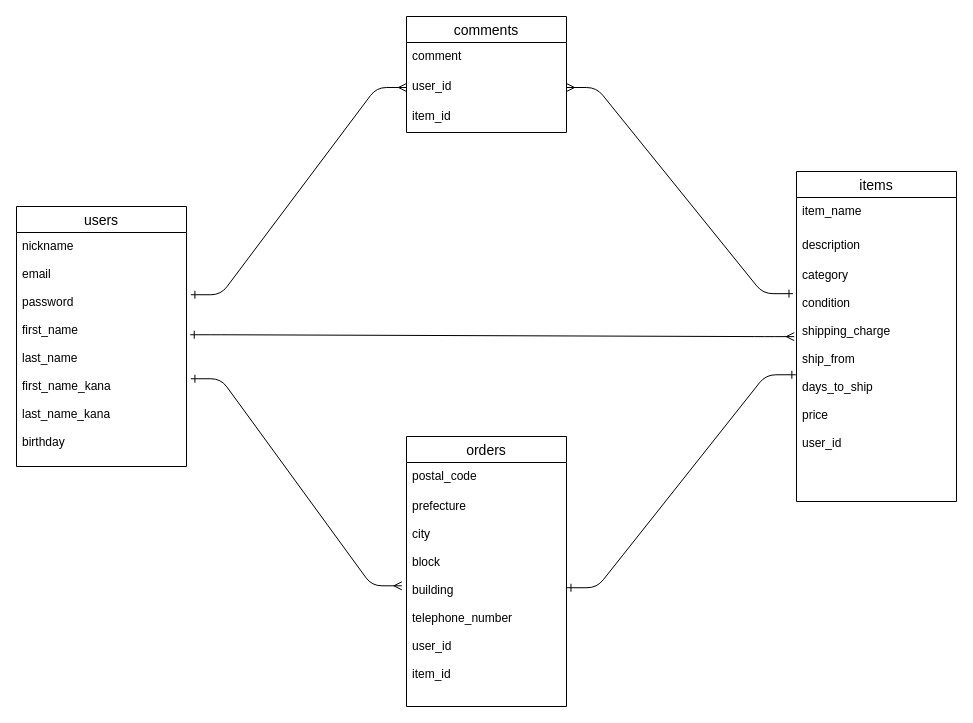
This is furima.dio from SUKIYAKI1028/furima-38869, a draw.io file, before an edit. Source tidied: cells renumbered, new cells numbered last; positions are measured from the earlier drawing's top-left corner, leaving out a move shared by most shapes. Both pictures are drawn from the tidied source at 100%, with x=0, y=0 at pixel (16, 16).
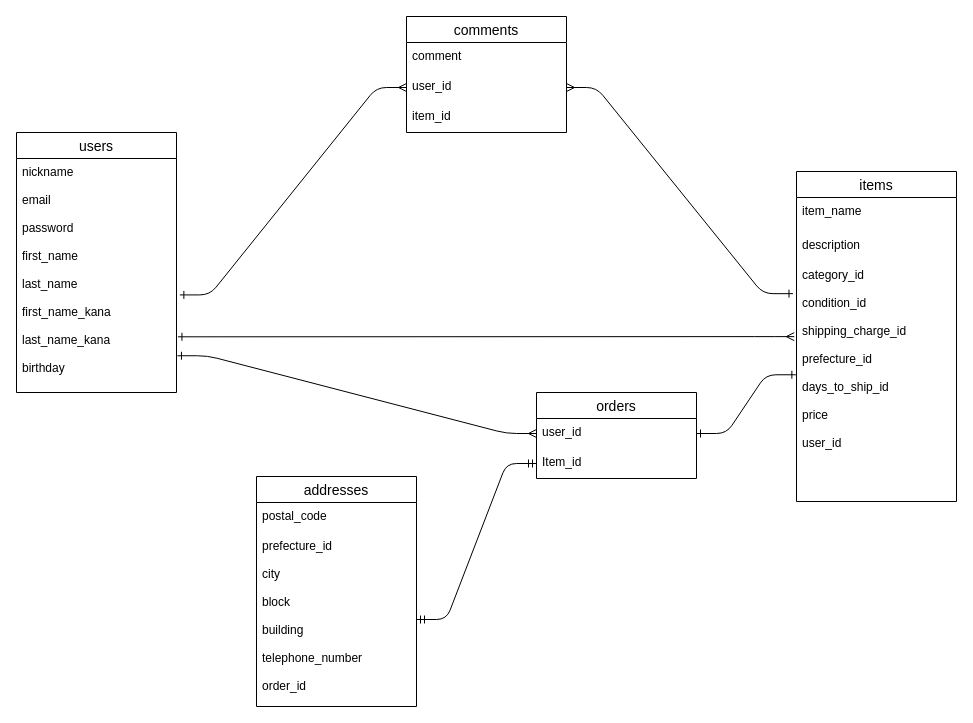
After the change.

Commit message (it also covers changes not shown here):
データベース設計の修正

Unchanged cells that the change refers to:
```xml
<mxCell id="4" value="items" style="swimlane;fontStyle=0;horizontal=1;startSize=26;align=center;fontSize=14;" parent="1" vertex="1">
  <mxGeometry x="780" y="155" width="160" height="330" as="geometry" />
</mxCell>
<mxCell id="10" value="user_id" style="text;strokeColor=none;fillColor=none;spacingLeft=4;spacingRight=4;overflow=hidden;points=[[0,0.5],[1,0.5]];portConstraint=eastwest;fontSize=12;" parent="8" vertex="1">
  <mxGeometry y="56" width="160" height="30" as="geometry" />
</mxCell>
```

Change to the diagram source:
```diff
@@
     <mxCell id="2" value="users" style="swimlane;fontStyle=0;horizontal=1;startSize=26;align=center;fontSize=14;" parent="1" vertex="1">
-      <mxGeometry y="190" width="170" height="260" as="geometry" />
+      <mxGeometry y="116" width="160" height="260" as="geometry" />
     </mxCell>
     <mxCell id="3" value="nickname&#10;&#10;email&#10;&#10;password&#10;&#10;first_name&#10;&#10;last_name&#10;&#10;first_name_kana&#10;&#10;last_name_kana&#10;&#10;birthday&#10;" style="text;strokeColor=none;fillColor=none;spacingLeft=4;spacingRight=4;overflow=hidden;points=[[0,0.5],[1,0.5]];portConstraint=eastwest;fontSize=12;" parent="2" vertex="1">
-      <mxGeometry y="26" width="170" height="234" as="geometry" />
+      <mxGeometry y="26" width="160" height="234" as="geometry" />
     </mxCell>
@@
-    <mxCell id="7" value="category&#10;&#10;condition&#10;&#10;shipping_charge&#10;&#10;ship_from&#10;&#10;days_to_ship&#10;&#10;price&#10;&#10;user_id" style="text;strokeColor=none;fillColor=none;spacingLeft=4;spacingRight=4;overflow=hidden;points=[[0,0.5],[1,0.5]];portConstraint=eastwest;fontSize=12;" parent="4" vertex="1">
+    <mxCell id="7" value="category_id&#10;&#10;condition_id&#10;&#10;shipping_charge_id&#10;&#10;prefecture_id&#10;&#10;days_to_ship_id&#10;&#10;price&#10;&#10;user_id" style="text;strokeColor=none;fillColor=none;spacingLeft=4;spacingRight=4;overflow=hidden;points=[[0,0.5],[1,0.5]];portConstraint=eastwest;fontSize=12;" parent="4" vertex="1">
       <mxGeometry y="90" width="160" height="240" as="geometry" />
     </mxCell>
@@
-    <mxCell id="12" value="orders" style="swimlane;fontStyle=0;horizontal=1;startSize=26;align=center;fontSize=14;" parent="1" vertex="1">
-      <mxGeometry x="390" y="420" width="160" height="270" as="geometry" />
+    <mxCell id="12" value="addresses" style="swimlane;fontStyle=0;horizontal=1;startSize=26;align=center;fontSize=14;" parent="1" vertex="1">
+      <mxGeometry x="240" y="460" width="160" height="230" as="geometry" />
     </mxCell>
@@
-    <mxCell id="14" value="prefecture&#10;&#10;city&#10;&#10;block&#10;&#10;building&#10;&#10;telephone_number&#10;&#10;user_id&#10;&#10;item_id" style="text;strokeColor=none;fillColor=none;spacingLeft=4;spacingRight=4;overflow=hidden;points=[[0,0.5],[1,0.5]];portConstraint=eastwest;fontSize=12;" parent="12" vertex="1">
-      <mxGeometry y="56" width="160" height="214" as="geometry" />
+    <mxCell id="14" value="prefecture_id&#10;&#10;city&#10;&#10;block&#10;&#10;building&#10;&#10;telephone_number&#10;&#10;order_id" style="text;strokeColor=none;fillColor=none;spacingLeft=4;spacingRight=4;overflow=hidden;points=[[0,0.5],[1,0.5]];portConstraint=eastwest;fontSize=12;" parent="12" vertex="1">
+      <mxGeometry y="56" width="160" height="174" as="geometry" />
     </mxCell>
-    <mxCell id="15" style="edgeStyle=entityRelationEdgeStyle;fontSize=12;html=1;endArrow=ERmany;entryX=0;entryY=0.5;entryDx=0;entryDy=0;exitX=1.026;exitY=0.266;exitDx=0;exitDy=0;exitPerimeter=0;endFill=0;startArrow=ERone;startFill=0;" parent="1" edge="1" source="3" target="10">
+    <mxCell id="15" style="edgeStyle=entityRelationEdgeStyle;fontSize=12;html=1;endArrow=ERmany;entryX=0;entryY=0.5;entryDx=0;entryDy=0;exitX=1.021;exitY=0.583;exitDx=0;exitDy=0;exitPerimeter=0;endFill=0;startArrow=ERone;startFill=0;" parent="1" edge="1" source="3" target="10">
       <mxGeometry relative="1" as="geometry" />
     </mxCell>
@@
-    <mxCell id="17" style="edgeStyle=entityRelationEdgeStyle;fontSize=12;html=1;endArrow=ERone;endFill=1;entryX=-0.004;entryY=0.472;entryDx=0;entryDy=0;entryPerimeter=0;exitX=1.003;exitY=0.445;exitDx=0;exitDy=0;exitPerimeter=0;startArrow=ERone;startFill=0;" parent="1" edge="1" source="14" target="7">
+    <mxCell id="17" style="edgeStyle=entityRelationEdgeStyle;fontSize=12;html=1;endArrow=ERone;endFill=1;entryX=-0.004;entryY=0.472;entryDx=0;entryDy=0;entryPerimeter=0;exitX=1;exitY=0.5;exitDx=0;exitDy=0;startArrow=ERone;startFill=0;" parent="1" edge="1" source="21" target="7">
       <mxGeometry relative="1" as="geometry" />
     </mxCell>
-    <mxCell id="18" style="edgeStyle=entityRelationEdgeStyle;fontSize=12;html=1;endArrow=ERmany;entryX=-0.029;entryY=0.436;entryDx=0;entryDy=0;exitX=1.026;exitY=0.625;exitDx=0;exitDy=0;exitPerimeter=0;endFill=0;startArrow=ERone;startFill=0;entryPerimeter=0;" parent="1" edge="1" source="3" target="14">
+    <mxCell id="18" style="edgeStyle=entityRelationEdgeStyle;fontSize=12;html=1;endArrow=ERmany;exitX=1.006;exitY=0.843;exitDx=0;exitDy=0;exitPerimeter=0;endFill=0;startArrow=ERone;startFill=0;entryX=0;entryY=0.5;entryDx=0;entryDy=0;" parent="1" edge="1" source="3" target="21">
       <mxGeometry relative="1" as="geometry" />
     </mxCell>
-    <mxCell id="19" style="edgeStyle=entityRelationEdgeStyle;fontSize=12;html=1;endArrow=ERmany;entryX=-0.014;entryY=0.313;entryDx=0;entryDy=0;exitX=1.022;exitY=0.437;exitDx=0;exitDy=0;exitPerimeter=0;endFill=0;startArrow=ERone;startFill=0;entryPerimeter=0;" parent="1" edge="1" source="3" target="7">
+    <mxCell id="19" style="edgeStyle=entityRelationEdgeStyle;fontSize=12;html=1;endArrow=ERmany;entryX=-0.014;entryY=0.313;entryDx=0;entryDy=0;exitX=1.009;exitY=0.762;exitDx=0;exitDy=0;exitPerimeter=0;endFill=0;startArrow=ERone;startFill=0;entryPerimeter=0;" parent="1" edge="1" source="3" target="7">
       <mxGeometry relative="1" as="geometry" />
     </mxCell>
+    <mxCell id="20" value="orders" style="swimlane;fontStyle=0;horizontal=1;startSize=26;align=center;fontSize=14;" parent="1" vertex="1">
+      <mxGeometry x="520" y="376" width="160" height="86" as="geometry" />
+    </mxCell>
+    <mxCell id="21" value="user_id" style="text;strokeColor=none;fillColor=none;spacingLeft=4;spacingRight=4;overflow=hidden;points=[[0,0.5],[1,0.5]];portConstraint=eastwest;fontSize=12;" parent="20" vertex="1">
+      <mxGeometry y="26" width="160" height="30" as="geometry" />
+    </mxCell>
+    <mxCell id="22" value="Item_id" style="text;strokeColor=none;fillColor=none;spacingLeft=4;spacingRight=4;overflow=hidden;points=[[0,0.5],[1,0.5]];portConstraint=eastwest;fontSize=12;" parent="20" vertex="1">
+      <mxGeometry y="56" width="160" height="30" as="geometry" />
+    </mxCell>
+    <mxCell id="23" style="edgeStyle=entityRelationEdgeStyle;fontSize=12;html=1;endArrow=ERmandOne;startArrow=ERmandOne;exitX=1;exitY=0.5;exitDx=0;exitDy=0;entryX=0;entryY=0.5;entryDx=0;entryDy=0;" parent="1" edge="1" source="14" target="22">
+      <mxGeometry relative="1" as="geometry" />
+    </mxCell>
```
